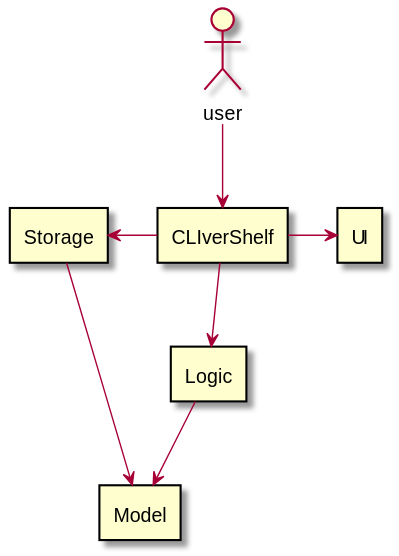
zh1huang/tp keeps this PlantUML diagram as docs/diagrams/Architecture.svg. Above is the earlier version. Its diagram source:
```plantuml
@startuml
skinparam componentStyle rectangle
actor user
user -down-> [CLIverShelf]
[CLIverShelf] -down-> [Logic]
[Logic] -down-> [Model]
[Storage] --> [Model]
[CLIverShelf] -right-> [UI]
[CLIverShelf] -left-> [Storage]
@enduml
```
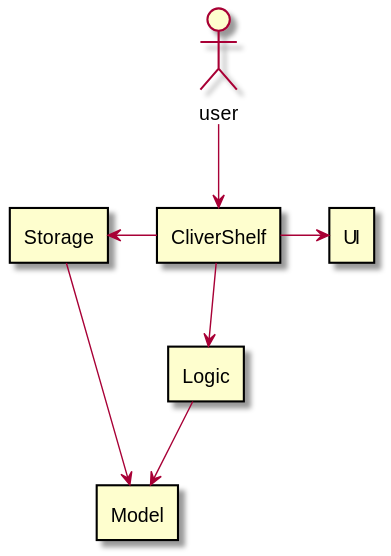
After the change.

Change to the diagram source:
```diff
@@ -1,10 +1,10 @@
 @startuml
 skinparam componentStyle rectangle
 actor user
-user -down-> [CLIverShelf]
-[CLIverShelf] -down-> [Logic]
+user -down-> [CliverShelf]
+[CliverShelf] -down-> [Logic]
 [Logic] -down-> [Model]
 [Storage] --> [Model]
-[CLIverShelf] -right-> [UI]
-[CLIverShelf] -left-> [Storage]
+[CliverShelf] -right-> [UI]
+[CliverShelf] -left-> [Storage]
 @enduml
```
